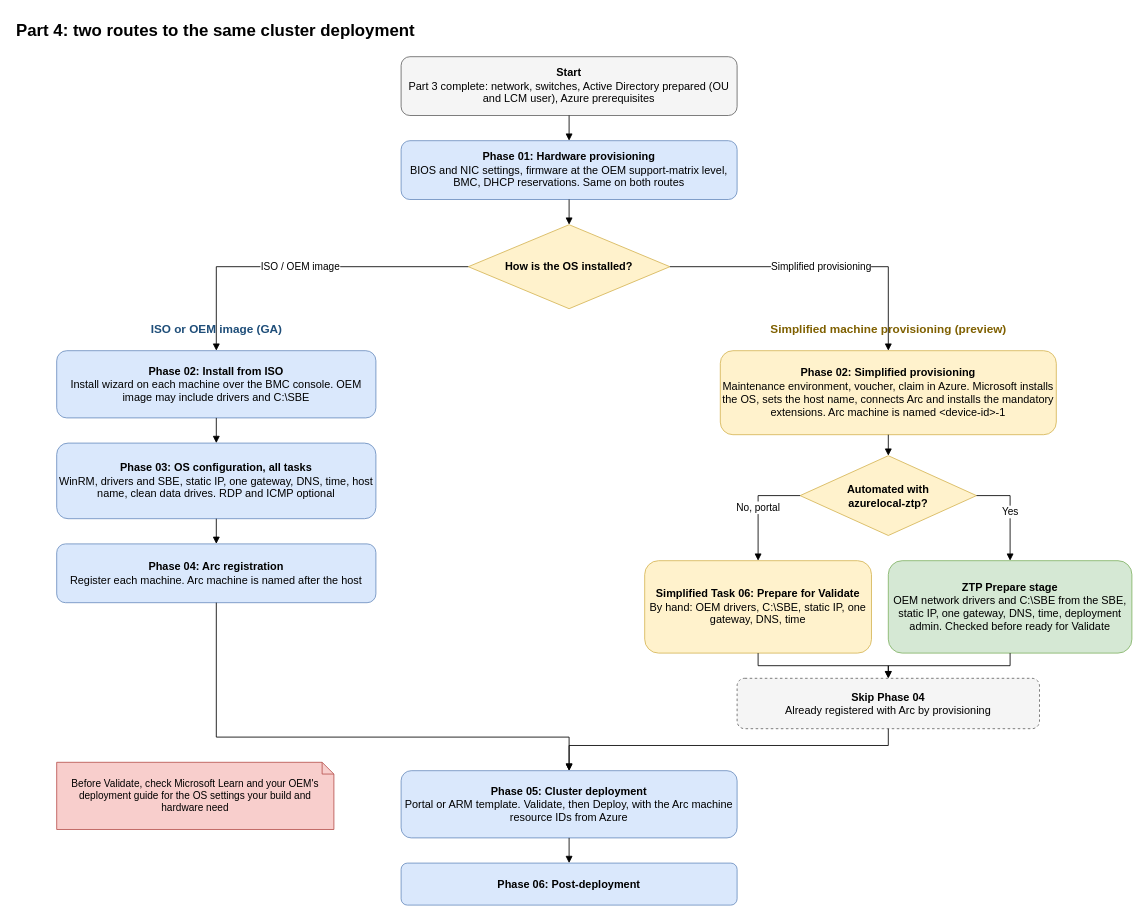
Earlier version of the draw.io diagram docs/assets/diagrams/cluster-deployment-routes.drawio (AzureLocal/azurelocal.github.io). Source tidied: cells renumbered, new cells numbered last; positions are measured from the earlier drawing's top-left corner, leaving out a move shared by most shapes. Both pictures are drawn from the tidied source at 84%, with x=0, y=0 at pixel (14, 14).
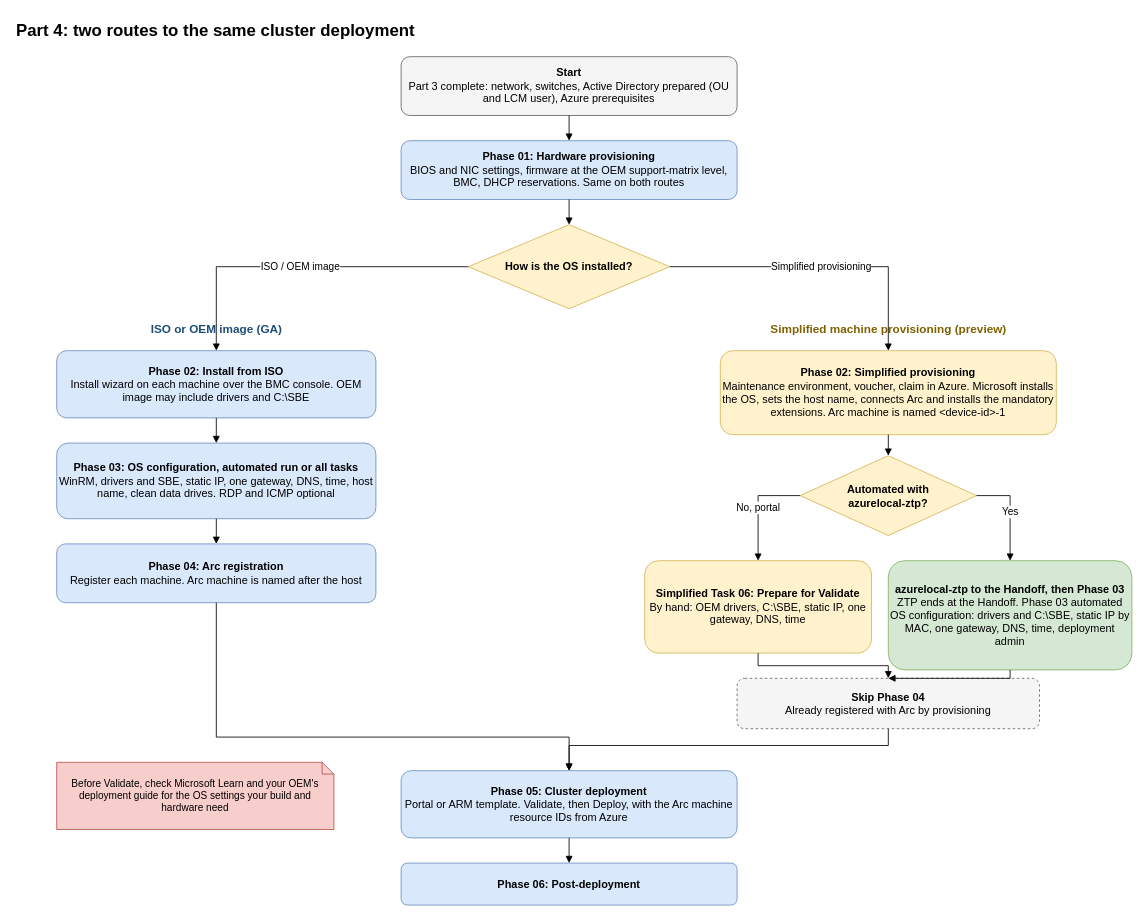
The same page after the edit.

Commit message (it also covers changes not shown here):
docs(cluster-deployment): bare metal to a deployed cluster diagram, routes updated for the Handoff

What changed in the source:
```diff
@@
-    <mxCell id="9" value="&lt;b&gt;Phase 03: OS configuration, all tasks&lt;/b&gt;&lt;br&gt;WinRM, drivers and SBE, static IP, one gateway, DNS, time, host name, clean data drives. RDP and ICMP optional" style="rounded=1;whiteSpace=wrap;html=1;fillColor=#dae8fc;strokeColor=#6c8ebf;fontSize=13;" parent="1" vertex="1">
+    <mxCell id="9" value="&lt;b&gt;Phase 03: OS configuration, automated run or all tasks&lt;/b&gt;&lt;br&gt;WinRM, drivers and SBE, static IP, one gateway, DNS, time, host name, clean data drives. RDP and ICMP optional" style="rounded=1;whiteSpace=wrap;html=1;fillColor=#dae8fc;strokeColor=#6c8ebf;fontSize=13;" parent="1" vertex="1">
       <mxGeometry x="50" y="510" width="380" height="90" as="geometry" />
     </mxCell>
@@
-    <mxCell id="13" value="&lt;b&gt;ZTP Prepare stage&lt;/b&gt;&lt;br&gt;OEM network drivers and C:\SBE from the SBE, static IP, one gateway, DNS, time, deployment admin. Checked before ready for Validate" style="rounded=1;whiteSpace=wrap;html=1;fillColor=#d5e8d4;strokeColor=#82b366;fontSize=13;" parent="1" vertex="1">
-      <mxGeometry x="1040" y="650" width="290" height="110" as="geometry" />
+    <mxCell id="13" value="&lt;b&gt;azurelocal-ztp to the Handoff, then Phase 03&lt;/b&gt;&lt;br&gt;ZTP ends at the Handoff. Phase 03 automated OS configuration: drivers and C:\SBE, static IP by MAC, one gateway, DNS, time, deployment admin" style="rounded=1;whiteSpace=wrap;html=1;fillColor=#d5e8d4;strokeColor=#82b366;fontSize=13;" parent="1" vertex="1">
+      <mxGeometry x="1040" y="650" width="290" height="130" as="geometry" />
     </mxCell>
```
